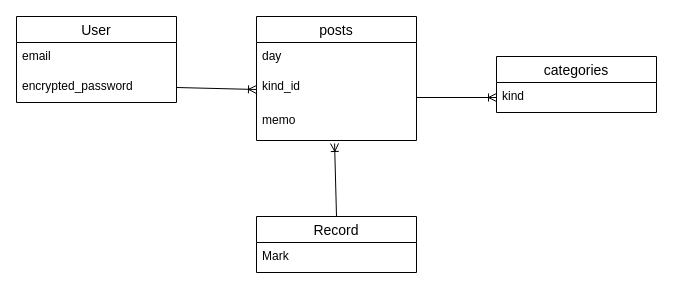
Earlier version of the draw.io diagram databese_design.dio (chiharu05/sleep_diary). Source tidied: cells renumbered, new cells numbered last; positions are measured from the earlier drawing's top-left corner, leaving out a move shared by most shapes. Both pictures are drawn from the tidied source at 100%, with x=0, y=0 at pixel (16, 16).
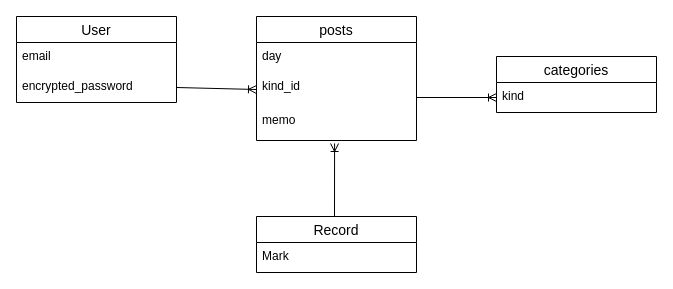
After the change.

Diff of the diagram source:
```diff
@@
 <mxGraphModel>
   <root>
     <mxCell id="0" />
     <mxCell id="1" parent="0" />
     <mxCell id="2" value="categories" style="swimlane;fontStyle=0;horizontal=1;startSize=26;align=center;fontSize=14;" parent="1" vertex="1">
       <mxGeometry x="480" y="40" width="160" height="56" as="geometry" />
     </mxCell>
     <mxCell id="3" value="kind" style="text;strokeColor=none;fillColor=none;spacingLeft=4;spacingRight=4;overflow=hidden;fontSize=12;" parent="2" vertex="1">
       <mxGeometry y="26" width="160" height="30" as="geometry" />
     </mxCell>
     <mxCell id="4" value="posts" style="swimlane;fontStyle=0;horizontal=1;startSize=26;align=center;fontSize=14;" parent="1" vertex="1">
       <mxGeometry x="240" width="160" height="124" as="geometry" />
     </mxCell>
     <mxCell id="5" value="day" style="text;strokeColor=none;fillColor=none;spacingLeft=4;spacingRight=4;overflow=hidden;fontSize=12;" parent="4" vertex="1">
       <mxGeometry y="26" width="160" height="30" as="geometry" />
     </mxCell>
     <mxCell id="6" value="kind_id" style="text;strokeColor=none;fillColor=none;spacingLeft=4;spacingRight=4;overflow=hidden;fontSize=12;" parent="4" vertex="1">
       <mxGeometry y="56" width="160" height="34" as="geometry" />
     </mxCell>
     <mxCell id="7" value="memo" style="text;strokeColor=none;fillColor=none;spacingLeft=4;spacingRight=4;overflow=hidden;points=[[0,0.5],[1,0.5]];portConstraint=eastwest;fontSize=12;" parent="4" vertex="1">
       <mxGeometry y="90" width="160" height="34" as="geometry" />
     </mxCell>
     <mxCell id="8" style="fontSize=12;html=1;endArrow=ERoneToMany;exitX=1;exitY=0.5;exitDx=0;exitDy=0;" parent="1" edge="1" source="11">
       <mxGeometry relative="1" as="geometry">
         <mxPoint x="240" y="73" as="targetPoint" />
       </mxGeometry>
     </mxCell>
     <mxCell id="9" value="User" style="swimlane;fontStyle=0;horizontal=1;startSize=26;align=center;fontSize=14;" parent="1" vertex="1">
       <mxGeometry width="160" height="86" as="geometry" />
     </mxCell>
     <mxCell id="10" value="email" style="text;strokeColor=none;fillColor=none;spacingLeft=4;spacingRight=4;overflow=hidden;fontSize=12;" parent="9" vertex="1">
       <mxGeometry y="26" width="160" height="30" as="geometry" />
     </mxCell>
     <mxCell id="11" value="encrypted_password" style="text;strokeColor=none;fillColor=none;spacingLeft=4;spacingRight=4;overflow=hidden;points=[[0,0.5],[1,0.5]];portConstraint=eastwest;fontSize=12;" parent="9" vertex="1">
       <mxGeometry y="56" width="160" height="30" as="geometry" />
     </mxCell>
     <mxCell id="12" style="fontSize=12;html=1;endArrow=ERoneToMany;" parent="1" edge="1">
       <mxGeometry relative="1" as="geometry">
         <mxPoint x="400" y="81" as="sourcePoint" />
         <mxPoint x="480" y="81" as="targetPoint" />
       </mxGeometry>
     </mxCell>
     <mxCell id="13" value="Record" style="swimlane;fontStyle=0;horizontal=1;startSize=26;align=center;fontSize=14;" parent="1" vertex="1">
       <mxGeometry x="240" y="200" width="160" height="56" as="geometry" />
     </mxCell>
     <mxCell id="14" value="Mark" style="text;strokeColor=none;fillColor=none;spacingLeft=4;spacingRight=4;overflow=hidden;fontSize=12;" parent="13" vertex="1">
       <mxGeometry y="26" width="160" height="30" as="geometry" />
     </mxCell>
-    <mxCell id="15" style="fontSize=12;html=1;endArrow=ERoneToMany;entryX=0.488;entryY=1.088;entryDx=0;entryDy=0;entryPerimeter=0;exitX=0.5;exitY=0;exitDx=0;exitDy=0;" parent="1" edge="1" source="13" target="7">
-      <mxGeometry relative="1" as="geometry" />
+    <mxCell id="15" style="fontSize=12;html=1;endArrow=ERoneToMany;entryX=0.488;entryY=1.088;entryDx=0;entryDy=0;entryPerimeter=0;" parent="1" edge="1" target="7">
+      <mxGeometry relative="1" as="geometry">
+        <mxPoint x="318" y="200" as="sourcePoint" />
+      </mxGeometry>
     </mxCell>
   </root>
 </mxGraphModel>
```
